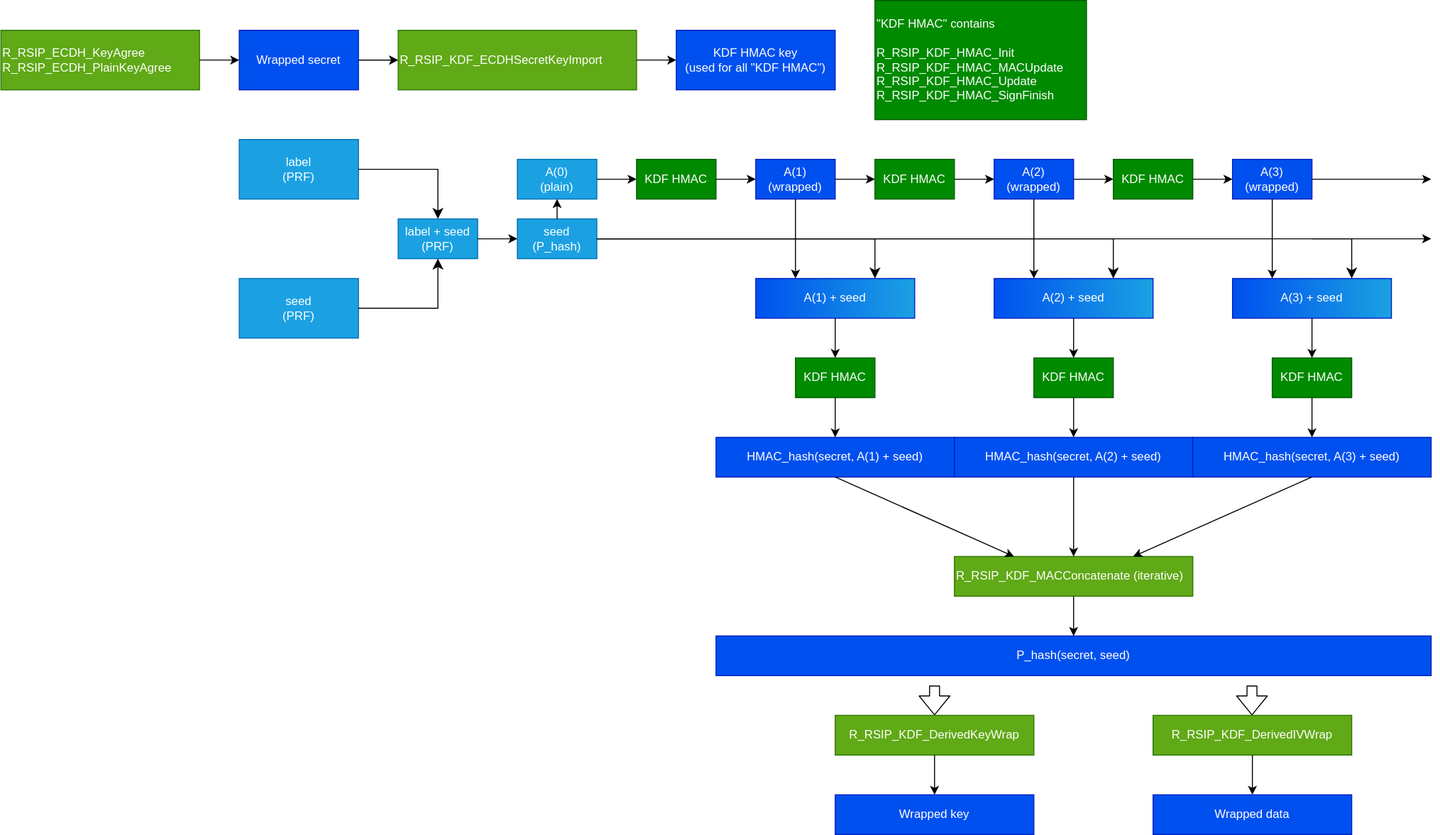
Before: r_rsip_protected_example_tls12prf.drawio.svg, a diagram exported from draw.io (renesas/rzn-fsp). Source tidied: cells renumbered, new cells last; positions are measured from the earlier drawing's top-left corner, leaving out a move shared by most shapes.
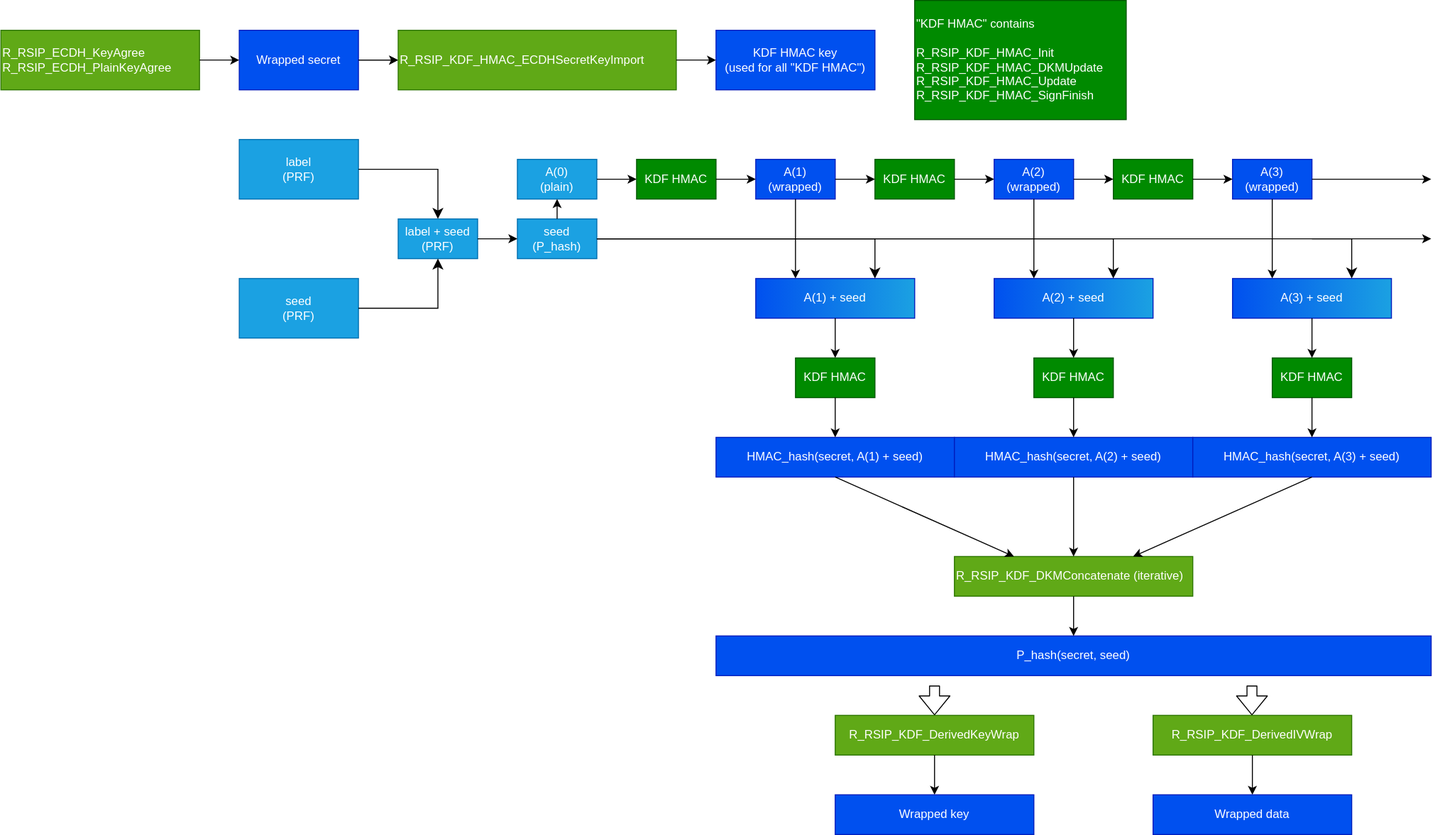
After the change.

Change to the diagram source:
```diff
@@ -8,8 +8,8 @@
     <mxCell id="3" value="Wrapped secret" style="rounded=0;whiteSpace=wrap;html=1;fillColor=#0050ef;fontColor=#ffffff;strokeColor=#001DBC;" parent="1" vertex="1">
       <mxGeometry x="240" y="30" width="120" height="60" as="geometry" />
     </mxCell>
-    <mxCell id="4" value="&quot;KDF HMAC&quot; contains&lt;br&gt;&lt;br&gt;R_RSIP_KDF_HMAC_Init&lt;br&gt;R_RSIP_KDF_HMAC_MACUpdate&lt;br&gt;R_RSIP_KDF_HMAC_Update&lt;br&gt;R_RSIP_KDF_HMAC_SignFinish" style="rounded=0;whiteSpace=wrap;html=1;align=left;fillColor=#008a00;fontColor=#ffffff;strokeColor=#005700;" parent="1" vertex="1">
-      <mxGeometry x="880" width="213" height="120" as="geometry" />
+    <mxCell id="4" value="&quot;KDF HMAC&quot; contains&lt;br&gt;&lt;br&gt;R_RSIP_KDF_HMAC_Init&lt;br&gt;R_RSIP_KDF_HMAC_DKMUpdate&lt;br&gt;R_RSIP_KDF_HMAC_Update&lt;br&gt;R_RSIP_KDF_HMAC_SignFinish" style="rounded=0;whiteSpace=wrap;html=1;align=left;fillColor=#008a00;fontColor=#ffffff;strokeColor=#005700;" parent="1" vertex="1">
+      <mxGeometry x="920" width="213" height="120" as="geometry" />
     </mxCell>
     <mxCell id="5" value="A(0)&lt;br&gt;(plain)" style="rounded=0;whiteSpace=wrap;html=1;fillColor=#1ba1e2;fontColor=#ffffff;strokeColor=#006EAF;" parent="1" vertex="1">
       <mxGeometry x="520" y="160" width="80" height="40" as="geometry" />
@@ -176,13 +176,13 @@
       <mxGeometry relative="1" as="geometry" />
     </mxCell>
     <mxCell id="53" value="KDF HMAC key&lt;br&gt;(used for all &quot;KDF HMAC&quot;)" style="rounded=0;whiteSpace=wrap;html=1;fillColor=#0050ef;fontColor=#ffffff;strokeColor=#001DBC;" parent="1" vertex="1">
-      <mxGeometry x="680" y="30" width="160" height="60" as="geometry" />
+      <mxGeometry x="720" y="30" width="160" height="60" as="geometry" />
     </mxCell>
     <mxCell id="54" style="endArrow=classic;html=1;exitX=1;exitY=0.5;exitDx=0;exitDy=0;entryX=0;entryY=0.5;entryDx=0;entryDy=0;" parent="1" edge="1" source="3" target="55">
       <mxGeometry relative="1" as="geometry" />
     </mxCell>
-    <mxCell id="55" value="R_RSIP_KDF_ECDHSecretKeyImport" style="rounded=0;whiteSpace=wrap;html=1;align=left;fillColor=#60a917;fontColor=#ffffff;strokeColor=#2D7600;" parent="1" vertex="1">
-      <mxGeometry x="400" y="30" width="240" height="60" as="geometry" />
+    <mxCell id="55" value="R_RSIP_KDF_HMAC_ECDHSecretKeyImport" style="rounded=0;whiteSpace=wrap;html=1;align=left;fillColor=#60a917;fontColor=#ffffff;strokeColor=#2D7600;" parent="1" vertex="1">
+      <mxGeometry x="400" y="30" width="280" height="60" as="geometry" />
     </mxCell>
     <mxCell id="56" style="endArrow=classic;html=1;exitX=1;exitY=0.5;exitDx=0;exitDy=0;" parent="1" edge="1" source="55" target="53">
       <mxGeometry relative="1" as="geometry" />
@@ -193,7 +193,7 @@
     <mxCell id="58" style="endArrow=classic;html=1;exitX=1;exitY=0.5;exitDx=0;exitDy=0;entryX=0;entryY=0.5;entryDx=0;entryDy=0;" parent="1" edge="1" source="57" target="3">
       <mxGeometry relative="1" as="geometry" />
     </mxCell>
-    <mxCell id="59" value="R_RSIP_KDF_MACConcatenate (iterative)" style="rounded=0;whiteSpace=wrap;html=1;align=left;fillColor=#60a917;fontColor=#ffffff;strokeColor=#2D7600;" parent="1" vertex="1">
+    <mxCell id="59" value="R_RSIP_KDF_DKMConcatenate (iterative)" style="rounded=0;whiteSpace=wrap;html=1;align=left;fillColor=#60a917;fontColor=#ffffff;strokeColor=#2D7600;" parent="1" vertex="1">
       <mxGeometry x="960" y="560" width="240" height="40" as="geometry" />
     </mxCell>
     <mxCell id="60" style="endArrow=classic;html=1;exitX=0.5;exitY=1;exitDx=0;exitDy=0;" parent="1" edge="1" source="35" target="59">
```
